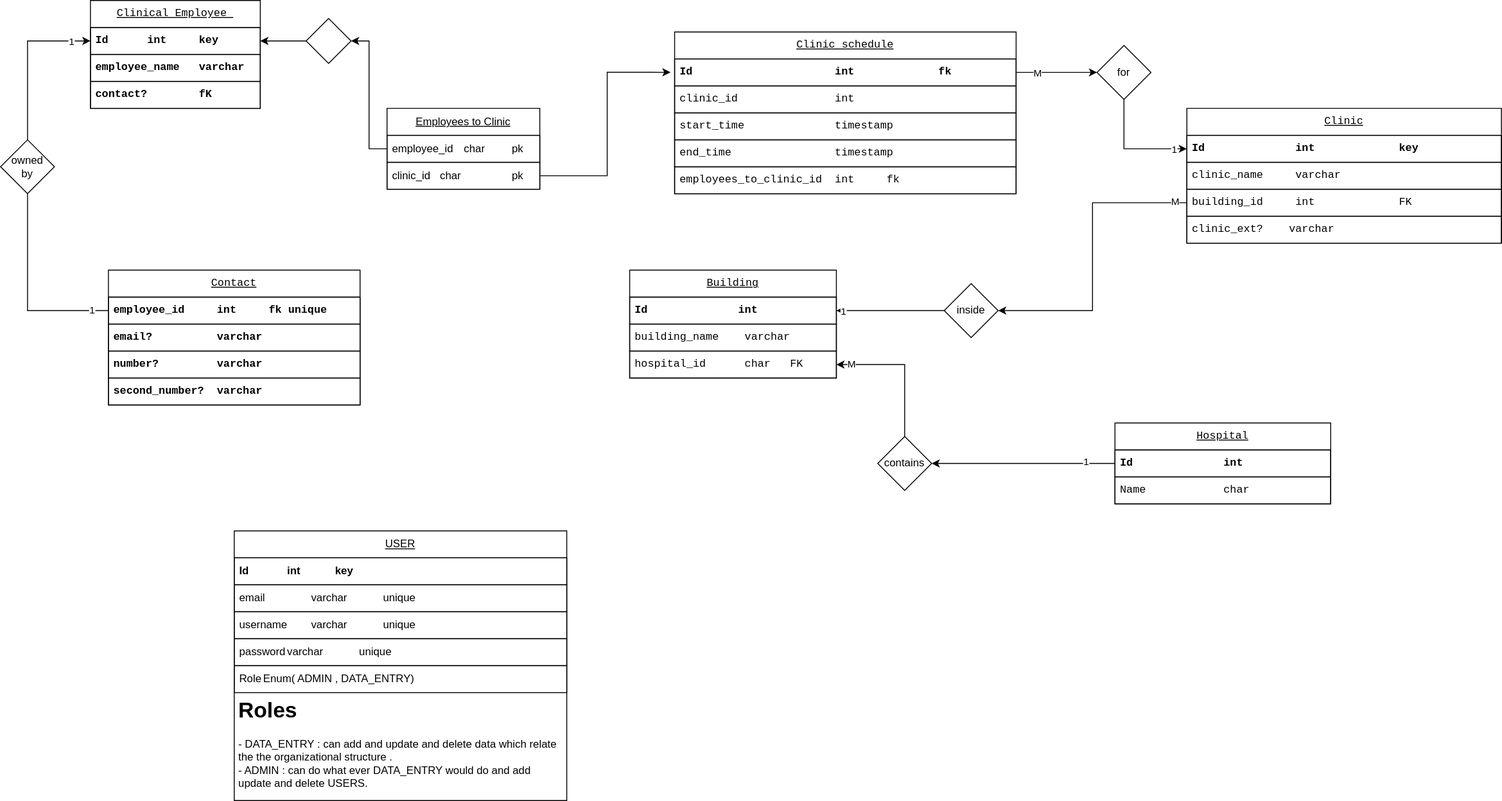
Before: etc/imgs/database.drawio.svg, a diagram exported from draw.io (Abdullah-Khawahir/clinics-schedules). Source tidied: cells renumbered, new cells last; positions are measured from the earlier drawing's top-left corner, leaving out a move shared by most shapes.
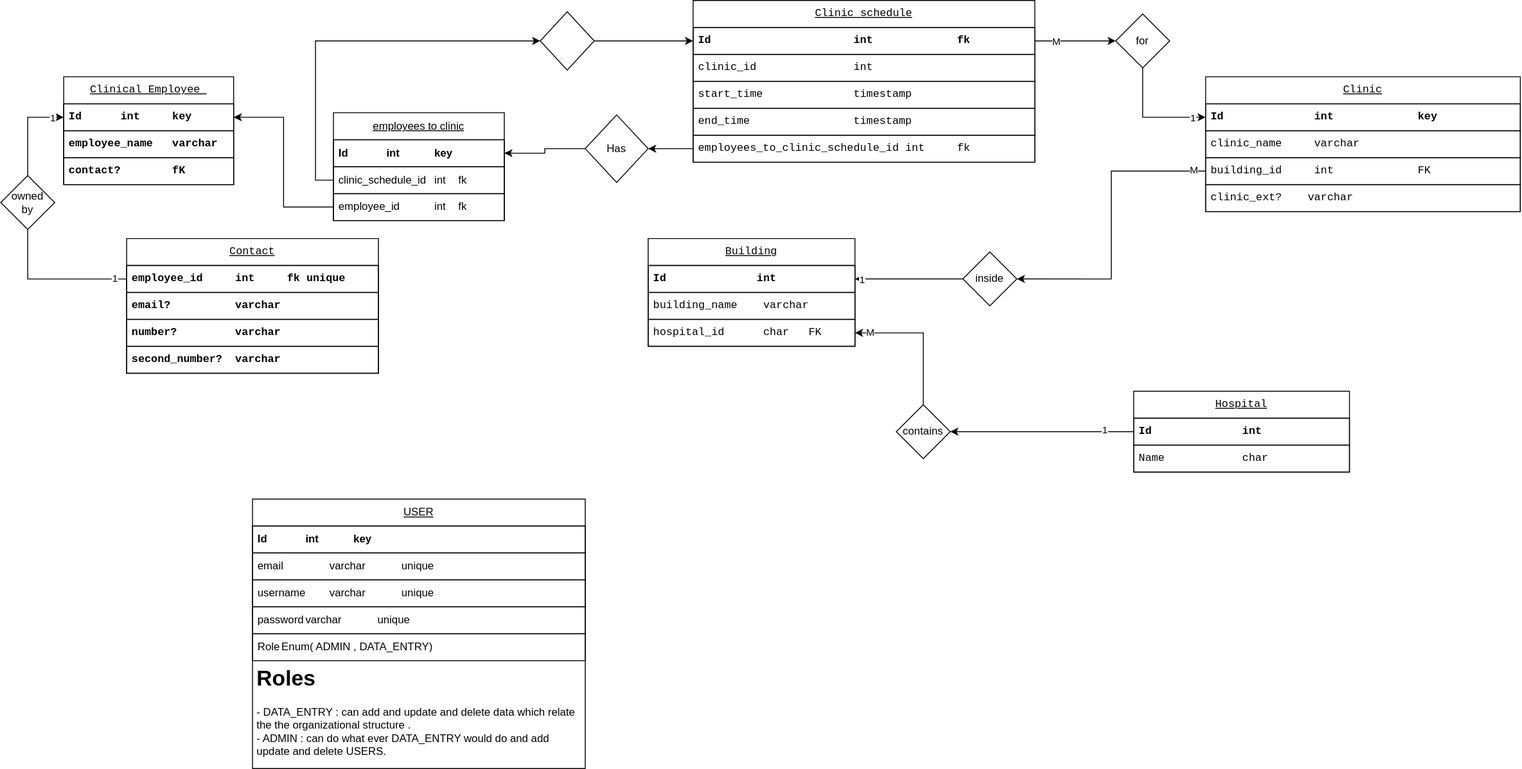
After the commit.

What changed in the source:
```diff
@@ -39,7 +39,7 @@
       <mxGeometry y="120" width="350" height="30" as="geometry" />
     </mxCell>
     <mxCell id="14" value="Clinical Employee&amp;nbsp; " style="swimlane;fontStyle=4;horizontal=1;startSize=30;whiteSpace=wrap;html=1;fontFamily=monospace;" parent="1" vertex="1">
-      <mxGeometry x="100" width="189" height="120" as="geometry" />
+      <mxGeometry x="50" y="120" width="189" height="120" as="geometry" />
     </mxCell>
     <mxCell id="15" value="Id&lt;span style=&quot;white-space: pre;&quot;&gt;&#9;&lt;/span&gt;int&lt;span style=&quot;white-space: pre;&quot;&gt;&#9;&lt;/span&gt;key" style="text;strokeColor=default;fillColor=none;align=left;verticalAlign=middle;spacingLeft=4;spacingRight=4;overflow=hidden;points=[[0,0.5],[1,0.5]];portConstraint=eastwest;whiteSpace=wrap;html=1;fontStyle=1;labelBorderColor=none;labelBackgroundColor=none;horizontal=1;spacingTop=0;fontFamily=monospace;" parent="14" vertex="1">
       <mxGeometry y="30" width="189" height="30" as="geometry" />
@@ -65,7 +65,7 @@
     <mxCell id="22" value="end_time&lt;span style=&quot;white-space: pre;&quot;&gt;&#9;&lt;/span&gt;&lt;span style=&quot;white-space: pre;&quot;&gt;&#9;&lt;/span&gt;&lt;code class=&quot;type&quot;&gt;timestamp&lt;/code&gt;" style="text;strokeColor=default;fillColor=none;align=left;verticalAlign=middle;spacingLeft=4;spacingRight=4;overflow=hidden;whiteSpace=wrap;html=1;fontFamily=monospace;" parent="18" vertex="1">
       <mxGeometry y="120" width="380" height="30" as="geometry" />
     </mxCell>
-    <mxCell id="23" value="employees_to_clinic_id&lt;span style=&quot;white-space: pre;&quot;&gt;&#9;&lt;/span&gt;&lt;span style=&quot;white-space: pre;&quot;&gt;&lt;code&gt;int&lt;span style=&quot;white-space: pre;&quot;&gt;&#9;&lt;/span&gt;fk&lt;/code&gt;&lt;/span&gt;" style="text;strokeColor=default;fillColor=none;align=left;verticalAlign=middle;spacingLeft=4;spacingRight=4;overflow=hidden;points=[[0,0.5],[1,0.5]];portConstraint=eastwest;whiteSpace=wrap;html=1;fontFamily=monospace;" parent="18" vertex="1">
+    <mxCell id="23" value="employees_to_clinic_schedule_id&lt;span style=&quot;white-space: pre;&quot;&gt;&#9;&lt;/span&gt;&lt;span style=&quot;white-space: pre;&quot;&gt;&lt;code&gt;int&lt;span style=&quot;white-space: pre;&quot;&gt;&#9;&lt;/span&gt;fk&lt;/code&gt;&lt;/span&gt;" style="text;strokeColor=default;fillColor=none;align=left;verticalAlign=middle;spacingLeft=4;spacingRight=4;overflow=hidden;points=[[0,0.5],[1,0.5]];portConstraint=eastwest;whiteSpace=wrap;html=1;fontFamily=monospace;" parent="18" vertex="1">
       <mxGeometry y="150" width="380" height="30" as="geometry" />
     </mxCell>
     <mxCell id="24" value="Contact" style="swimlane;fontStyle=4;horizontal=1;startSize=30;whiteSpace=wrap;html=1;fontFamily=monospace;" parent="1" vertex="1">
@@ -141,7 +141,7 @@
       <mxGeometry x="-0.84" relative="1" as="geometry" />
     </mxCell>
     <mxCell id="48" value="&lt;div&gt;owned&lt;/div&gt;&lt;div&gt;by&lt;br&gt;&lt;/div&gt;" style="rhombus;whiteSpace=wrap;html=1;" parent="1" vertex="1">
-      <mxGeometry y="155" width="60" height="60" as="geometry" />
+      <mxGeometry x="-20" y="230" width="60" height="60" as="geometry" />
     </mxCell>
     <mxCell id="49" value="USER" style="swimlane;fontStyle=4;horizontal=1;startSize=30;whiteSpace=wrap;html=1;" parent="1" vertex="1">
       <mxGeometry x="260" y="590" width="370" height="300" as="geometry" />
@@ -164,26 +164,38 @@
     <mxCell id="55" value="&lt;h1&gt;Roles&lt;/h1&gt;&lt;div&gt;- DATA_ENTRY : can add and update and delete data which relate the the organizational structure .&lt;/div&gt;&lt;div&gt;- ADMIN : can do what ever DATA_ENTRY would do and add update and delete USERS.&lt;/div&gt;&lt;div&gt;&lt;br&gt;&lt;/div&gt;" style="text;html=1;strokeColor=none;fillColor=none;spacing=5;spacingTop=-20;whiteSpace=wrap;overflow=hidden;rounded=0;" parent="49" vertex="1">
       <mxGeometry y="180" width="370" height="120" as="geometry" />
     </mxCell>
-    <mxCell id="56" value="Employees to Clinic" style="swimlane;fontStyle=4;horizontal=1;startSize=30;whiteSpace=wrap;html=1;" parent="1" vertex="1">
-      <mxGeometry x="430" y="120" width="170" height="90" as="geometry" />
-    </mxCell>
-    <mxCell id="57" value="employee_id&lt;span style=&quot;white-space: pre;&quot;&gt;&#9;&lt;/span&gt;char&lt;span style=&quot;white-space: pre;&quot;&gt;&#9;&lt;/span&gt;&lt;span style=&quot;white-space: pre;&quot;&gt;&#9;&lt;/span&gt;pk" style="text;strokeColor=default;fillColor=none;align=left;verticalAlign=middle;spacingLeft=4;spacingRight=4;overflow=hidden;points=[[0,0.5],[1,0.5]];portConstraint=eastwest;whiteSpace=wrap;html=1;" parent="56" vertex="1">
-      <mxGeometry y="30" width="170" height="30" as="geometry" />
-    </mxCell>
-    <mxCell id="58" value="clinic_id&lt;span style=&quot;white-space: pre;&quot;&gt;&#9;&lt;/span&gt;char&lt;span style=&quot;white-space: pre;&quot;&gt;&#9;&lt;/span&gt;&lt;span style=&quot;white-space: pre;&quot;&gt;&#9;&lt;/span&gt;&lt;span style=&quot;white-space: pre;&quot;&gt;&#9;&lt;/span&gt;pk" style="text;strokeColor=default;fillColor=none;align=left;verticalAlign=middle;spacingLeft=4;spacingRight=4;overflow=hidden;points=[[0,0.5],[1,0.5]];portConstraint=eastwest;whiteSpace=wrap;html=1;" parent="56" vertex="1">
-      <mxGeometry y="60" width="170" height="30" as="geometry" />
-    </mxCell>
-    <mxCell id="59" style="edgeStyle=orthogonalEdgeStyle;rounded=0;jettySize=auto;html=1;entryX=-0.012;entryY=0.498;entryDx=0;entryDy=0;entryPerimeter=0;" parent="1" edge="1" source="58" target="19">
-      <mxGeometry relative="1" as="geometry" />
-    </mxCell>
-    <mxCell id="60" style="edgeStyle=orthogonalEdgeStyle;rounded=0;jettySize=auto;html=1;entryX=1;entryY=0.5;entryDx=0;entryDy=0;" parent="1" edge="1" source="62" target="15">
-      <mxGeometry relative="1" as="geometry" />
-    </mxCell>
-    <mxCell id="61" style="edgeStyle=orthogonalEdgeStyle;rounded=0;jettySize=auto;html=1;entryX=1;entryY=0.5;entryDx=0;entryDy=0;" parent="1" edge="1" source="57" target="62">
-      <mxGeometry relative="1" as="geometry" />
-    </mxCell>
-    <mxCell id="62" style="rhombus;whiteSpace=wrap;html=1;" parent="1" vertex="1">
-      <mxGeometry x="340" y="20" width="50" height="50" as="geometry" />
-    </mxCell>
+    <mxCell id="63" value="employees to clinic" style="swimlane;fontStyle=4;horizontal=1;startSize=30;whiteSpace=wrap;html=1;" parent="1" vertex="1">
+      <mxGeometry x="350" y="160" width="190" height="120" as="geometry" />
+    </mxCell>
+    <mxCell id="64" value="&lt;div&gt;Id&lt;span style=&quot;white-space: pre;&quot;&gt;&#9;&lt;/span&gt;&lt;span style=&quot;white-space: pre;&quot;&gt;&#9;&lt;/span&gt;int&lt;span style=&quot;white-space: pre;&quot;&gt;&#9;&lt;/span&gt;&lt;span style=&quot;white-space: pre;&quot;&gt;&#9;&lt;/span&gt;key&lt;/div&gt;" style="text;strokeColor=default;fillColor=none;align=left;verticalAlign=middle;spacingLeft=4;spacingRight=4;overflow=hidden;points=[[0,0.5],[1,0.5]];portConstraint=eastwest;whiteSpace=wrap;html=1;fontStyle=1;labelBorderColor=none;labelBackgroundColor=none;horizontal=1;spacingTop=0;" parent="63" vertex="1">
+      <mxGeometry y="30" width="190" height="30" as="geometry" />
+    </mxCell>
+    <mxCell id="65" value="clinic&lt;span style=&quot;white-space: pre;&quot;&gt;_schedule_id&#9;&lt;/span&gt;int&lt;span style=&quot;white-space: pre;&quot;&gt;&#9;&lt;/span&gt;fk" style="text;strokeColor=default;fillColor=none;align=left;verticalAlign=middle;spacingLeft=4;spacingRight=4;overflow=hidden;points=[[0,0.5],[1,0.5]];portConstraint=eastwest;whiteSpace=wrap;html=1;" parent="63" vertex="1">
+      <mxGeometry y="60" width="190" height="30" as="geometry" />
+    </mxCell>
+    <mxCell id="66" value="&lt;div&gt;employee&lt;span style=&quot;white-space: pre;&quot;&gt;_id&#9;&lt;span style=&quot;white-space: pre;&quot;&gt;&#9;&lt;/span&gt;&lt;/span&gt;int&lt;span style=&quot;white-space: pre;&quot;&gt;&#9;&lt;/span&gt;fk&lt;/div&gt;" style="text;strokeColor=default;fillColor=none;align=left;verticalAlign=middle;spacingLeft=4;spacingRight=4;overflow=hidden;points=[[0,0.5],[1,0.5]];portConstraint=eastwest;whiteSpace=wrap;html=1;" parent="63" vertex="1">
+      <mxGeometry y="90" width="190" height="30" as="geometry" />
+    </mxCell>
+    <mxCell id="67" style="edgeStyle=orthogonalEdgeStyle;rounded=0;jettySize=auto;html=1;entryX=1;entryY=0.5;entryDx=0;entryDy=0;" parent="1" edge="1" source="72" target="64">
+      <mxGeometry relative="1" as="geometry" />
+    </mxCell>
+    <mxCell id="68" style="edgeStyle=orthogonalEdgeStyle;rounded=0;jettySize=auto;html=1;entryX=0;entryY=0.5;entryDx=0;entryDy=0;" parent="1" edge="1" source="70" target="19">
+      <mxGeometry relative="1" as="geometry" />
+    </mxCell>
+    <mxCell id="69" style="edgeStyle=orthogonalEdgeStyle;rounded=0;jettySize=auto;html=1;entryX=0;entryY=0.5;entryDx=0;entryDy=0;exitX=0;exitY=0.5;exitDx=0;exitDy=0;" parent="1" edge="1" source="65" target="70">
+      <mxGeometry relative="1" as="geometry" />
+    </mxCell>
+    <mxCell id="70" style="rhombus;whiteSpace=wrap;html=1;" parent="1" vertex="1">
+      <mxGeometry x="580" y="47.5" width="60" height="65" as="geometry" />
+    </mxCell>
+    <mxCell id="71" style="edgeStyle=orthogonalEdgeStyle;rounded=0;jettySize=auto;html=1;entryX=1;entryY=0.5;entryDx=0;entryDy=0;" parent="1" edge="1" source="23" target="72">
+      <mxGeometry relative="1" as="geometry" />
+    </mxCell>
+    <mxCell id="72" value="Has" style="rhombus;whiteSpace=wrap;html=1;" parent="1" vertex="1">
+      <mxGeometry x="630" y="162.5" width="70" height="75" as="geometry" />
+    </mxCell>
+    <mxCell id="73" style="edgeStyle=orthogonalEdgeStyle;rounded=0;jettySize=auto;html=1;entryX=1;entryY=0.5;entryDx=0;entryDy=0;" parent="1" edge="1" source="66" target="15">
+      <mxGeometry relative="1" as="geometry" />
+    </mxCell>
   </root>
 </mxGraphModel>
```
